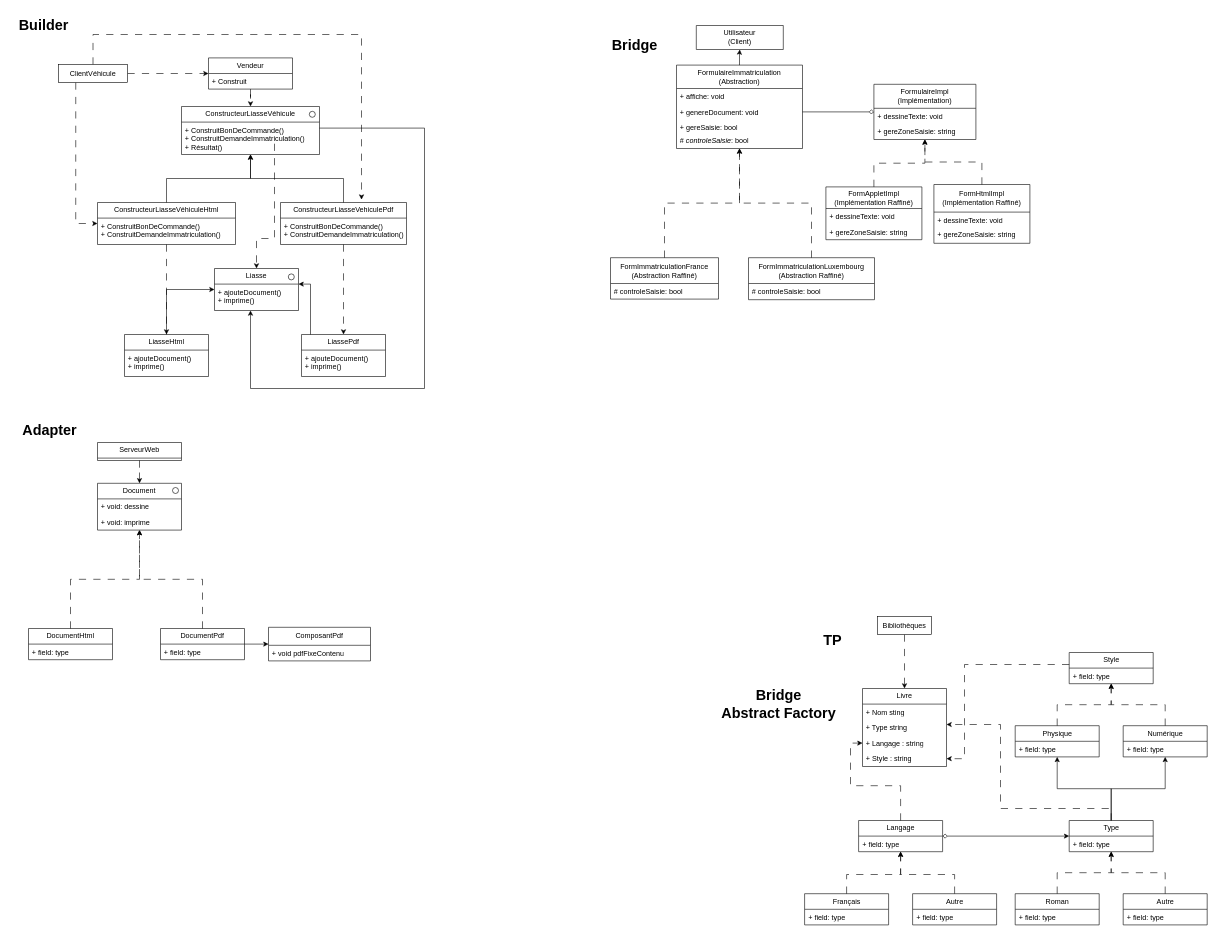
Above: Diagram Abstract Builder.drawio in Benjamin0173/DesignPatternCSharp (draw.io), before the change. Source tidied: cells renumbered, new cells numbered last; positions are measured from the earlier drawing's top-left corner, leaving out a move shared by most shapes. Both pictures are drawn from the tidied source at 60%, with x=0, y=0 at pixel (10, 10).
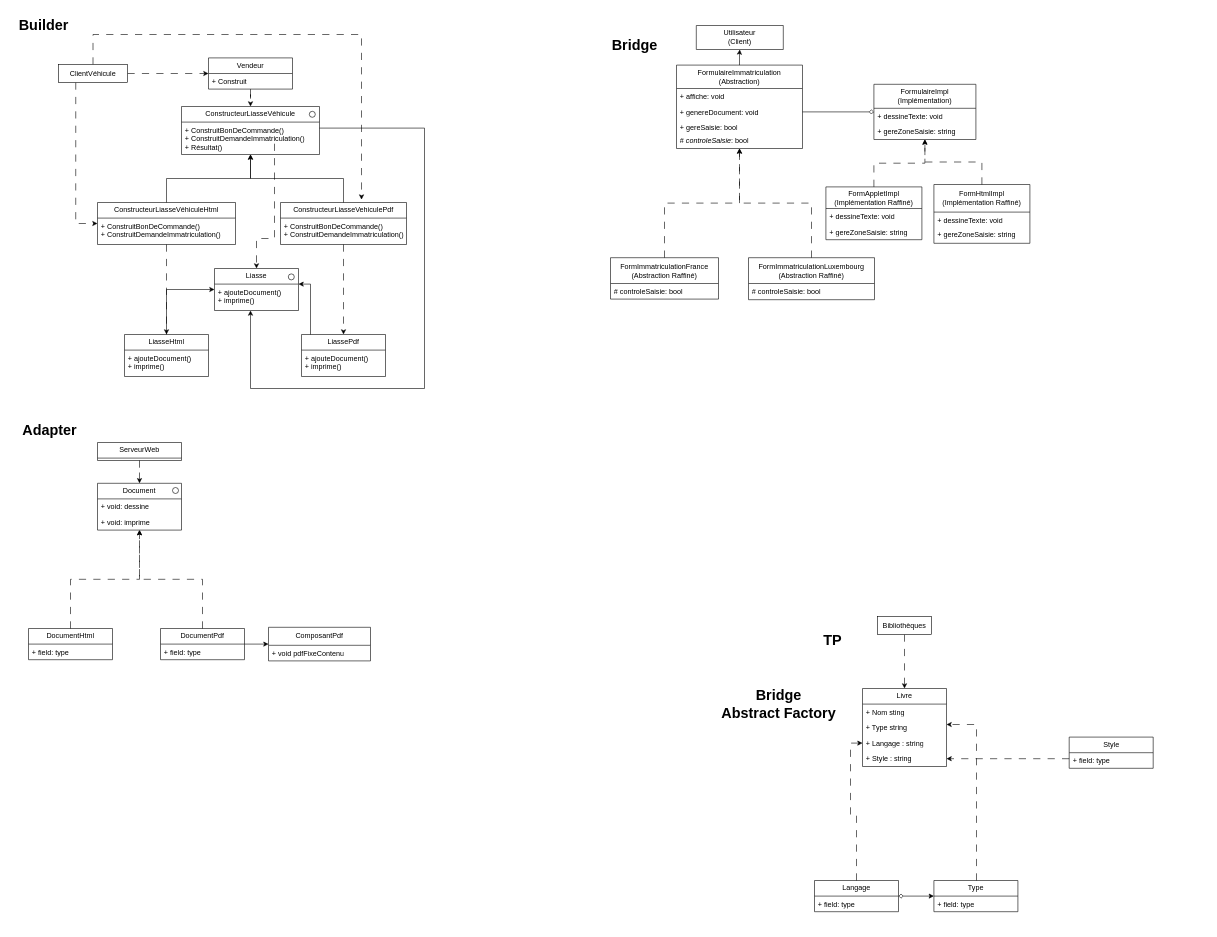
After the change.

The change refers to these unchanged cells:
```xml
<mxCell id="110" value="+ Type string" style="text;strokeColor=none;fillColor=none;align=left;verticalAlign=top;spacingLeft=4;spacingRight=4;overflow=hidden;points=[[0,0.5],[1,0.5]];portConstraint=eastwest;whiteSpace=wrap;html=1;" parent="108" vertex="1">
  <mxGeometry y="52" width="140" height="26" as="geometry" />
</mxCell>
<mxCell id="112" value="+ Style : string" style="text;strokeColor=none;fillColor=none;align=left;verticalAlign=top;spacingLeft=4;spacingRight=4;overflow=hidden;points=[[0,0.5],[1,0.5]];portConstraint=eastwest;whiteSpace=wrap;html=1;" parent="108" vertex="1">
  <mxGeometry y="104" width="140" height="26" as="geometry" />
</mxCell>
```

Change to the diagram source:
```diff
@@
     <mxCell id="79" value="Langage" style="swimlane;fontStyle=0;horizontal=1;startSize=26;fillColor=none;whiteSpace=wrap;html=1;" parent="1" vertex="1">
-      <mxGeometry x="1413.5" y="1350" width="140" height="52" as="geometry" />
+      <mxGeometry x="1340" y="1450" width="140" height="52" as="geometry" />
     </mxCell>
@@
-    <mxCell id="81" style="edgeStyle=orthogonalEdgeStyle;rounded=0;jettySize=auto;html=1;" parent="1" edge="1" source="84" target="105">
-      <mxGeometry relative="1" as="geometry" />
-    </mxCell>
-    <mxCell id="82" style="edgeStyle=orthogonalEdgeStyle;rounded=0;jettySize=auto;html=1;" parent="1" edge="1" source="84" target="102">
-      <mxGeometry relative="1" as="geometry" />
-    </mxCell>
     <mxCell id="83" style="edgeStyle=orthogonalEdgeStyle;rounded=0;jettySize=auto;html=1;dashed=1;dashPattern=12 12;" parent="1" edge="1" source="84" target="110">
       <mxGeometry relative="1" as="geometry">
         <Array as="points">
-          <mxPoint x="1834" y="1330" />
-          <mxPoint x="1650" y="1330" />
-          <mxPoint x="1650" y="1190" />
+          <mxPoint x="1610" y="1190" />
         </Array>
       </mxGeometry>
     </mxCell>
     <mxCell id="84" value="Type" style="swimlane;fontStyle=0;horizontal=1;startSize=26;fillColor=none;whiteSpace=wrap;html=1;" parent="1" vertex="1">
-      <mxGeometry x="1764.5" y="1350" width="140" height="52" as="geometry" />
+      <mxGeometry x="1539" y="1450" width="140" height="52" as="geometry" />
     </mxCell>
@@
-    <mxCell id="86" style="edgeStyle=orthogonalEdgeStyle;rounded=0;jettySize=auto;html=1;dashed=1;dashPattern=12 12;" parent="1" edge="1" source="87" target="79">
-      <mxGeometry relative="1" as="geometry">
-        <Array as="points">
-          <mxPoint x="1573.5" y="1440" />
-          <mxPoint x="1483.5" y="1440" />
-        </Array>
-      </mxGeometry>
-    </mxCell>
-    <mxCell id="87" value="Autre" style="swimlane;fontStyle=0;horizontal=1;startSize=26;fillColor=none;whiteSpace=wrap;html=1;" parent="1" vertex="1">
-      <mxGeometry x="1503.5" y="1472" width="140" height="52" as="geometry" />
-    </mxCell>
-    <mxCell id="88" value="+ field: type" style="text;strokeColor=none;fillColor=none;align=left;verticalAlign=top;spacingLeft=4;spacingRight=4;overflow=hidden;whiteSpace=wrap;html=1;" parent="87" vertex="1">
-      <mxGeometry y="26" width="140" height="26" as="geometry" />
-    </mxCell>
-    <mxCell id="89" style="edgeStyle=orthogonalEdgeStyle;rounded=0;jettySize=auto;html=1;dashed=1;dashPattern=12 12;" parent="1" edge="1" source="90" target="79">
-      <mxGeometry relative="1" as="geometry">
-        <Array as="points">
-          <mxPoint x="1393.5" y="1440" />
-          <mxPoint x="1483.5" y="1440" />
-        </Array>
-      </mxGeometry>
-    </mxCell>
-    <mxCell id="90" value="Français" style="swimlane;fontStyle=0;horizontal=1;startSize=26;fillColor=none;whiteSpace=wrap;html=1;" parent="1" vertex="1">
-      <mxGeometry x="1323.5" y="1472" width="140" height="52" as="geometry" />
-    </mxCell>
-    <mxCell id="91" value="+ field: type" style="text;strokeColor=none;fillColor=none;align=left;verticalAlign=top;spacingLeft=4;spacingRight=4;overflow=hidden;whiteSpace=wrap;html=1;" parent="90" vertex="1">
-      <mxGeometry y="26" width="140" height="26" as="geometry" />
-    </mxCell>
-    <mxCell id="92" style="edgeStyle=orthogonalEdgeStyle;rounded=0;jettySize=auto;html=1;dashed=1;dashPattern=12 12;" parent="1" edge="1" source="93" target="84">
-      <mxGeometry relative="1" as="geometry" />
-    </mxCell>
-    <mxCell id="93" value="Autre" style="swimlane;fontStyle=0;horizontal=1;startSize=26;fillColor=none;whiteSpace=wrap;html=1;" parent="1" vertex="1">
-      <mxGeometry x="1854.5" y="1472" width="140" height="52" as="geometry" />
-    </mxCell>
-    <mxCell id="94" value="+ field: type" style="text;strokeColor=none;fillColor=none;align=left;verticalAlign=top;spacingLeft=4;spacingRight=4;overflow=hidden;whiteSpace=wrap;html=1;" parent="93" vertex="1">
-      <mxGeometry y="26" width="140" height="26" as="geometry" />
-    </mxCell>
-    <mxCell id="95" style="edgeStyle=orthogonalEdgeStyle;rounded=0;jettySize=auto;html=1;dashed=1;dashPattern=12 12;" parent="1" edge="1" source="96" target="84">
-      <mxGeometry relative="1" as="geometry" />
-    </mxCell>
-    <mxCell id="96" value="Roman" style="swimlane;fontStyle=0;horizontal=1;startSize=26;fillColor=none;whiteSpace=wrap;html=1;" parent="1" vertex="1">
-      <mxGeometry x="1674.5" y="1472" width="140" height="52" as="geometry" />
-    </mxCell>
-    <mxCell id="97" value="+ field: type" style="text;strokeColor=none;fillColor=none;align=left;verticalAlign=top;spacingLeft=4;spacingRight=4;overflow=hidden;whiteSpace=wrap;html=1;" parent="96" vertex="1">
-      <mxGeometry y="26" width="140" height="26" as="geometry" />
-    </mxCell>
     <mxCell id="98" style="edgeStyle=orthogonalEdgeStyle;rounded=0;jettySize=auto;html=1;dashed=1;dashPattern=12 12;" parent="1" edge="1" source="99" target="112">
       <mxGeometry relative="1" as="geometry">
         <Array as="points">
-          <mxPoint x="1590" y="1090" />
-          <mxPoint x="1590" y="1247" />
+          <mxPoint x="1700" y="1247" />
+          <mxPoint x="1700" y="1247" />
         </Array>
       </mxGeometry>
     </mxCell>
     <mxCell id="99" value="Style" style="swimlane;fontStyle=0;horizontal=1;startSize=26;fillColor=none;whiteSpace=wrap;html=1;" parent="1" vertex="1">
-      <mxGeometry x="1764.5" y="1070" width="140" height="52" as="geometry" />
+      <mxGeometry x="1764.5" y="1211" width="140" height="52" as="geometry" />
     </mxCell>
@@
-    <mxCell id="101" style="edgeStyle=orthogonalEdgeStyle;rounded=0;jettySize=auto;html=1;dashed=1;dashPattern=12 12;" parent="1" edge="1" source="102" target="99">
-      <mxGeometry relative="1" as="geometry" />
-    </mxCell>
-    <mxCell id="102" value="Numérique" style="swimlane;fontStyle=0;horizontal=1;startSize=26;fillColor=none;whiteSpace=wrap;html=1;" parent="1" vertex="1">
-      <mxGeometry x="1854.5" y="1192" width="140" height="52" as="geometry" />
-    </mxCell>
-    <mxCell id="103" value="+ field: type" style="text;strokeColor=none;fillColor=none;align=left;verticalAlign=top;spacingLeft=4;spacingRight=4;overflow=hidden;whiteSpace=wrap;html=1;" parent="102" vertex="1">
-      <mxGeometry y="26" width="140" height="26" as="geometry" />
-    </mxCell>
-    <mxCell id="104" style="edgeStyle=orthogonalEdgeStyle;rounded=0;jettySize=auto;html=1;dashed=1;dashPattern=12 12;" parent="1" edge="1" source="105" target="99">
-      <mxGeometry relative="1" as="geometry" />
-    </mxCell>
-    <mxCell id="105" value="Physique" style="swimlane;fontStyle=0;horizontal=1;startSize=26;fillColor=none;whiteSpace=wrap;html=1;" parent="1" vertex="1">
-      <mxGeometry x="1674.5" y="1192" width="140" height="52" as="geometry" />
-    </mxCell>
-    <mxCell id="106" value="+ field: type" style="text;strokeColor=none;fillColor=none;align=left;verticalAlign=top;spacingLeft=4;spacingRight=4;overflow=hidden;whiteSpace=wrap;html=1;" parent="105" vertex="1">
-      <mxGeometry y="26" width="140" height="26" as="geometry" />
-    </mxCell>
```
